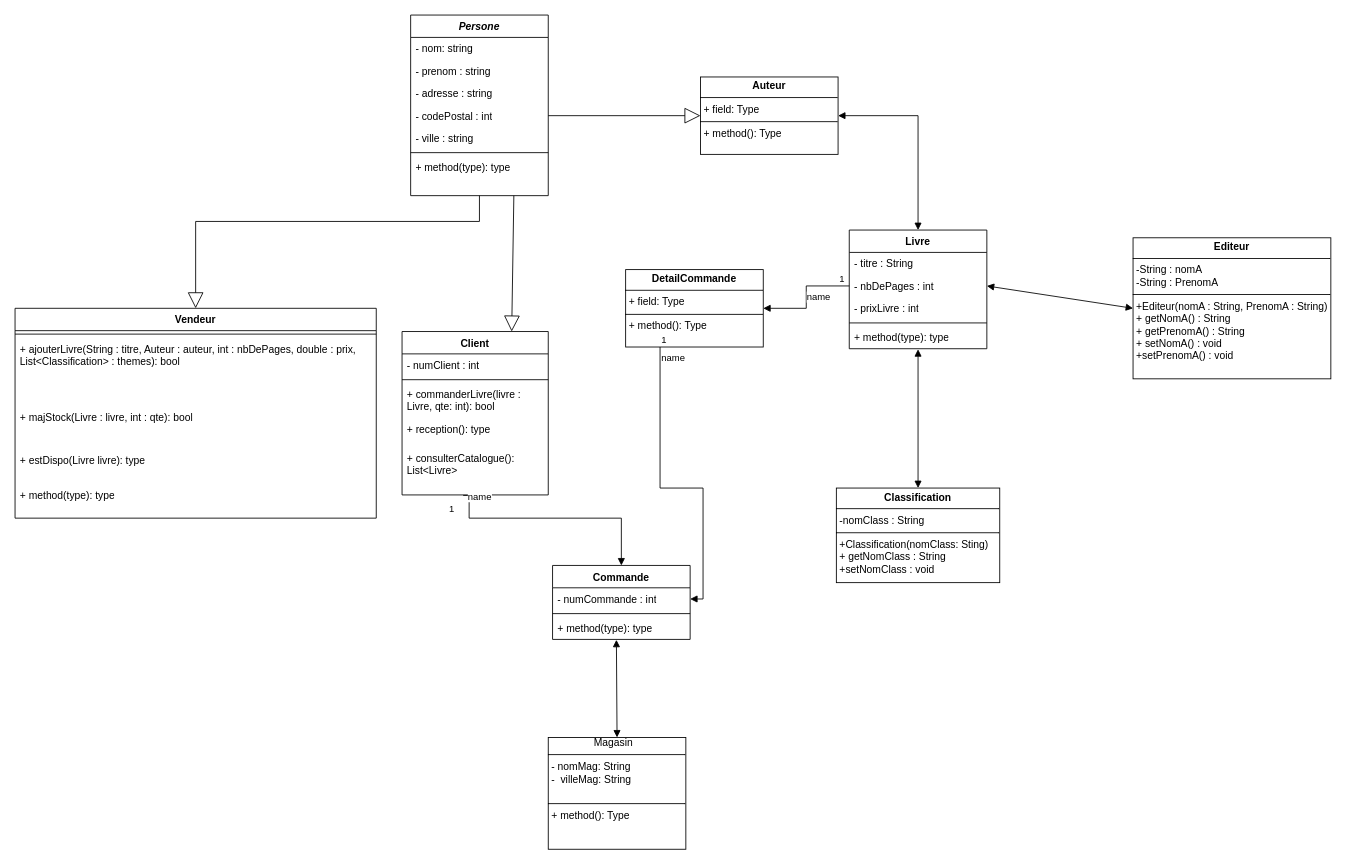
Earlier version of the draw.io diagram diagrammedeclasse.drawio (NolhanDolou/SAE_JAVA). Source tidied: cells renumbered, new cells numbered last; positions are measured from the earlier drawing's top-left corner, leaving out a move shared by most shapes. Both pictures are drawn from the tidied source at 86%, with x=0, y=0 at pixel (15, 15).
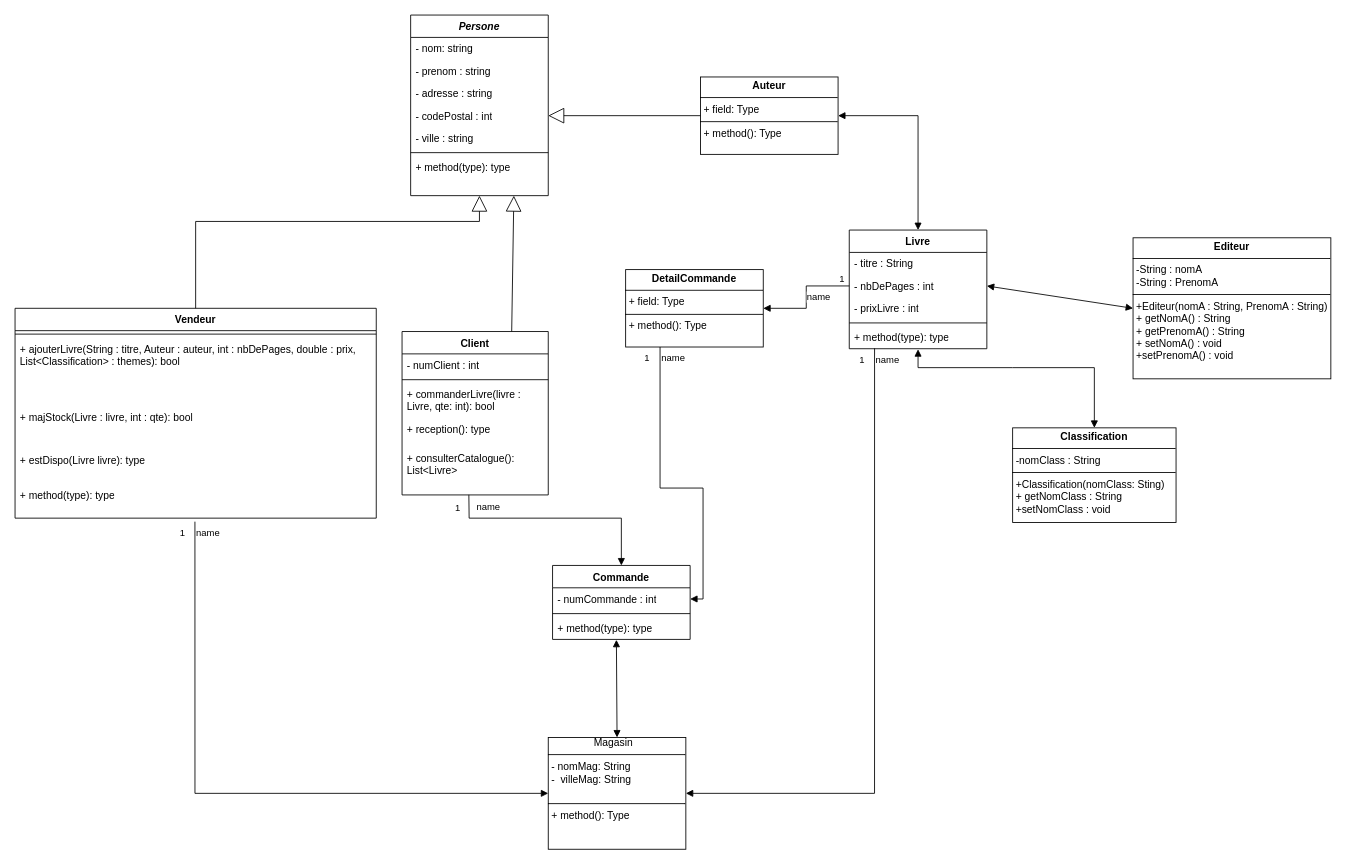
After the change.

Commit message:
ajout liason livre magasin + vendeur magasin

The change refers to these unchanged cells:
```xml
<mxCell id="2" value="&lt;i&gt;Persone&lt;/i&gt;" style="swimlane;fontStyle=1;align=center;verticalAlign=top;horizontal=1;startSize=26;whiteSpace=wrap;html=1;" parent="1" vertex="1">
  <mxGeometry x="460" width="160" height="210" as="geometry" />
</mxCell>
<mxCell id="6" value="- codePostal : int" style="text;strokeColor=none;fillColor=none;align=left;verticalAlign=top;spacingLeft=4;spacingRight=4;overflow=hidden;points=[[0,0.5],[1,0.5]];portConstraint=eastwest;whiteSpace=wrap;html=1;" parent="2" vertex="1">
  <mxGeometry y="104" width="160" height="26" as="geometry" />
</mxCell>
<mxCell id="9" value="+ method(type): type" style="text;strokeColor=none;fillColor=none;align=left;verticalAlign=top;spacingLeft=4;spacingRight=4;overflow=hidden;points=[[0,0.5],[1,0.5]];portConstraint=eastwest;whiteSpace=wrap;html=1;" parent="2" vertex="1">
  <mxGeometry y="164" width="160" height="46" as="geometry" />
</mxCell>
<mxCell id="10" value="Client" style="swimlane;fontStyle=1;align=center;verticalAlign=top;horizontal=1;startSize=26;whiteSpace=wrap;html=1;" parent="1" vertex="1">
  <mxGeometry x="450" y="368" width="170" height="190" as="geometry" />
</mxCell>
<mxCell id="15" value="+ consulterCatalogue(): List&amp;lt;Livre&amp;gt;" style="text;strokeColor=none;fillColor=none;align=left;verticalAlign=top;spacingLeft=4;spacingRight=4;overflow=hidden;points=[[0,0.5],[1,0.5]];portConstraint=eastwest;whiteSpace=wrap;html=1;" parent="10" vertex="1">
  <mxGeometry y="134" width="170" height="56" as="geometry" />
</mxCell>
<mxCell id="16" value="Vendeur" style="swimlane;fontStyle=1;align=center;verticalAlign=top;horizontal=1;startSize=26;whiteSpace=wrap;html=1;" parent="1" vertex="1">
  <mxGeometry y="341" width="420" height="244" as="geometry" />
</mxCell>
<mxCell id="21" value="+ method(type): type" style="text;strokeColor=none;fillColor=none;align=left;verticalAlign=top;spacingLeft=4;spacingRight=4;overflow=hidden;points=[[0,0.5],[1,0.5]];portConstraint=eastwest;whiteSpace=wrap;html=1;" parent="16" vertex="1">
  <mxGeometry y="204" width="420" height="40" as="geometry" />
</mxCell>
<mxCell id="27" value="+ method(type): type" style="text;strokeColor=none;fillColor=none;align=left;verticalAlign=top;spacingLeft=4;spacingRight=4;overflow=hidden;points=[[0,0.5],[1,0.5]];portConstraint=eastwest;whiteSpace=wrap;html=1;" parent="22" vertex="1">
  <mxGeometry y="112" width="160" height="26" as="geometry" />
</mxCell>
<mxCell id="28" value="Commande" style="swimlane;fontStyle=1;align=center;verticalAlign=top;horizontal=1;startSize=26;whiteSpace=wrap;html=1;" parent="1" vertex="1">
  <mxGeometry x="625" y="640" width="160" height="86" as="geometry" />
</mxCell>
<mxCell id="34" value="&lt;div&gt;&lt;span style=&quot;white-space: pre;&quot;&gt;&#9;&lt;/span&gt;&lt;span style=&quot;white-space: pre;&quot;&gt;&#9;&lt;/span&gt;Magasin&lt;/div&gt;&lt;hr size=&quot;1&quot; style=&quot;border-style:solid;&quot;&gt;&lt;p style=&quot;margin:0px;margin-left:4px;&quot;&gt;- nomMag: String&lt;/p&gt;&lt;p style=&quot;margin:0px;margin-left:4px;&quot;&gt;-&amp;nbsp; villeMag: String&lt;/p&gt;&lt;p style=&quot;margin:0px;margin-left:4px;&quot;&gt;&lt;br&gt;&lt;/p&gt;&lt;hr size=&quot;1&quot; style=&quot;border-style:solid;&quot;&gt;&lt;p style=&quot;margin:0px;margin-left:4px;&quot;&gt;+ method(): Type&lt;/p&gt;" style="verticalAlign=top;align=left;overflow=fill;html=1;whiteSpace=wrap;" parent="1" vertex="1">
  <mxGeometry x="620" y="840" width="160" height="130" as="geometry" />
</mxCell>
<mxCell id="35" value="&lt;p style=&quot;margin:0px;margin-top:4px;text-align:center;&quot;&gt;&lt;b&gt;Auteur&lt;/b&gt;&lt;/p&gt;&lt;hr size=&quot;1&quot; style=&quot;border-style:solid;&quot;&gt;&lt;p style=&quot;margin:0px;margin-left:4px;&quot;&gt;+ field: Type&lt;/p&gt;&lt;hr size=&quot;1&quot; style=&quot;border-style:solid;&quot;&gt;&lt;p style=&quot;margin:0px;margin-left:4px;&quot;&gt;+ method(): Type&lt;/p&gt;" style="verticalAlign=top;align=left;overflow=fill;html=1;whiteSpace=wrap;" parent="1" vertex="1">
  <mxGeometry x="797" y="72" width="160" height="90" as="geometry" />
</mxCell>
<mxCell id="42" value="name" style="endArrow=block;endFill=1;html=1;edgeStyle=orthogonalEdgeStyle;align=left;verticalAlign=top;rounded=0;exitX=0.25;exitY=1;exitDx=0;exitDy=0;entryX=1;entryY=0.5;entryDx=0;entryDy=0;" parent="1" edge="1" source="41" target="29">
  <mxGeometry x="-1" relative="1" as="geometry">
    <Array as="points">
      <mxPoint x="750" y="550" />
      <mxPoint x="800" y="550" />
      <mxPoint x="800" y="679" />
    </Array>
  </mxGeometry>
</mxCell>
```

What changed in the source:
```diff
@@
-    <mxCell id="32" value="name" style="endArrow=block;endFill=1;html=1;edgeStyle=orthogonalEdgeStyle;align=left;verticalAlign=top;rounded=0;entryX=0.5;entryY=0;entryDx=0;entryDy=0;exitX=0.418;exitY=1.01;exitDx=0;exitDy=0;exitPerimeter=0;" parent="1" edge="1" source="15" target="28">
-      <mxGeometry x="-0.97" y="12" relative="1" as="geometry">
+    <mxCell id="32" value="name" style="endArrow=block;endFill=1;html=1;edgeStyle=orthogonalEdgeStyle;align=left;verticalAlign=top;rounded=0;entryX=0.5;entryY=0;entryDx=0;entryDy=0;exitX=0.457;exitY=0.998;exitDx=0;exitDy=0;exitPerimeter=0;" parent="1" edge="1" source="15" target="28">
+      <mxGeometry x="-0.99" y="7" relative="1" as="geometry">
         <Array as="points">
+          <mxPoint x="528" y="559" />
           <mxPoint x="528" y="559" />
           <mxPoint x="528" y="585" />
           <mxPoint x="705" y="585" />
         </Array>
       </mxGeometry>
     </mxCell>
@@
     <mxCell id="39" value="&lt;p style=&quot;margin:0px;margin-top:4px;text-align:center;&quot;&gt;&lt;b&gt;Classification&lt;/b&gt;&lt;/p&gt;&lt;hr size=&quot;1&quot; style=&quot;border-style:solid;&quot;&gt;&lt;p style=&quot;margin:0px;margin-left:4px;&quot;&gt;-nomClass : String&lt;/p&gt;&lt;hr size=&quot;1&quot; style=&quot;border-style:solid;&quot;&gt;&lt;p style=&quot;margin:0px;margin-left:4px;&quot;&gt;+Classification(nomClass: Sting)&lt;/p&gt;&lt;p style=&quot;margin:0px;margin-left:4px;&quot;&gt;+ getNomClass : String&lt;/p&gt;&lt;p style=&quot;margin:0px;margin-left:4px;&quot;&gt;+setNomClass : void&lt;/p&gt;" style="verticalAlign=top;align=left;overflow=fill;html=1;whiteSpace=wrap;" parent="1" vertex="1">
-      <mxGeometry x="955" y="550" width="190" height="110" as="geometry" />
+      <mxGeometry x="1160" y="480" width="190" height="110" as="geometry" />
     </mxCell>
     <mxCell id="40" style="endArrow=block;startArrow=block;endFill=1;startFill=1;html=1;rounded=0;entryX=0.5;entryY=0;entryDx=0;entryDy=0;exitX=0.5;exitY=1.024;exitDx=0;exitDy=0;exitPerimeter=0;" parent="1" edge="1" source="27" target="39">
-      <mxGeometry relative="1" as="geometry" />
+      <mxGeometry relative="1" as="geometry">
+        <Array as="points">
+          <mxPoint x="1050" y="410" />
+          <mxPoint x="1160" y="410" />
+          <mxPoint x="1255" y="410" />
+        </Array>
+      </mxGeometry>
     </mxCell>
@@
     <mxCell id="43" value="1" style="edgeLabel;html=1;align=left;verticalAlign=bottom;" parent="42" vertex="1">
-      <mxGeometry x="-1" relative="1" as="geometry" />
+      <mxGeometry x="-1" relative="1" as="geometry">
+        <mxPoint x="-20" y="21" as="offset" />
+      </mxGeometry>
     </mxCell>
@@
-    <mxCell id="48" style="endArrow=block;endSize=16;endFill=0;html=1;rounded=0;exitX=1;exitY=0.5;exitDx=0;exitDy=0;entryX=0;entryY=0.5;entryDx=0;entryDy=0;" parent="1" edge="1" source="6" target="35">
+    <mxCell id="48" style="endArrow=block;endSize=16;endFill=0;html=1;rounded=0;exitX=0;exitY=0.5;exitDx=0;exitDy=0;entryX=1;entryY=0.5;entryDx=0;entryDy=0;" parent="1" edge="1" source="35" target="6">
       <mxGeometry relative="1" as="geometry" />
     </mxCell>
-    <mxCell id="49" style="endArrow=block;endSize=16;endFill=0;html=1;rounded=0;exitX=0.75;exitY=1;exitDx=0;exitDy=0;entryX=0.75;entryY=0;entryDx=0;entryDy=0;" parent="1" edge="1" source="2" target="10">
+    <mxCell id="49" style="endArrow=block;endSize=16;endFill=0;html=1;rounded=0;exitX=0.75;exitY=0;exitDx=0;exitDy=0;entryX=0.75;entryY=1;entryDx=0;entryDy=0;" parent="1" edge="1" source="10" target="2">
       <mxGeometry relative="1" as="geometry" />
     </mxCell>
-    <mxCell id="50" style="endArrow=block;endSize=16;endFill=0;html=1;rounded=0;exitX=0.5;exitY=1;exitDx=0;exitDy=0;exitPerimeter=0;entryX=0.5;entryY=0;entryDx=0;entryDy=0;" parent="1" edge="1" source="9" target="16">
+    <mxCell id="50" style="endArrow=block;endSize=16;endFill=0;html=1;rounded=0;exitX=0.5;exitY=0;exitDx=0;exitDy=0;entryX=0.5;entryY=1;entryDx=0;entryDy=0;entryPerimeter=0;" parent="1" edge="1" source="16" target="9">
       <mxGeometry relative="1" as="geometry">
         <Array as="points">
+          <mxPoint x="210" y="240" />
           <mxPoint x="540" y="240" />
-          <mxPoint x="210" y="240" />
         </Array>
       </mxGeometry>
     </mxCell>
+    <mxCell id="51" value="name" style="endArrow=block;endFill=1;html=1;edgeStyle=orthogonalEdgeStyle;align=left;verticalAlign=top;rounded=0;exitX=0.498;exitY=1.102;exitDx=0;exitDy=0;exitPerimeter=0;entryX=0;entryY=0.5;entryDx=0;entryDy=0;" parent="1" edge="1" source="21" target="34">
+      <mxGeometry x="-1" relative="1" as="geometry">
+        <Array as="points">
+          <mxPoint x="209" y="905" />
+        </Array>
+      </mxGeometry>
+    </mxCell>
+    <mxCell id="52" value="1" style="edgeLabel;html=1;align=left;verticalAlign=bottom;" parent="51" vertex="1">
+      <mxGeometry x="-1" relative="1" as="geometry">
+        <mxPoint x="-19" y="21" as="offset" />
+      </mxGeometry>
+    </mxCell>
+    <mxCell id="53" value="name" style="endArrow=block;endFill=1;html=1;edgeStyle=orthogonalEdgeStyle;align=left;verticalAlign=top;rounded=0;exitX=0.184;exitY=0.983;exitDx=0;exitDy=0;exitPerimeter=0;entryX=1;entryY=0.5;entryDx=0;entryDy=0;" parent="1" edge="1" source="27" target="34">
+      <mxGeometry x="-1" relative="1" as="geometry">
+        <Array as="points">
+          <mxPoint x="999" y="905" />
+        </Array>
+      </mxGeometry>
+    </mxCell>
+    <mxCell id="54" value="1" style="edgeLabel;html=1;align=left;verticalAlign=bottom;" parent="53" vertex="1">
+      <mxGeometry x="-1" relative="1" as="geometry">
+        <mxPoint x="-19" y="21" as="offset" />
+      </mxGeometry>
+    </mxCell>
```
